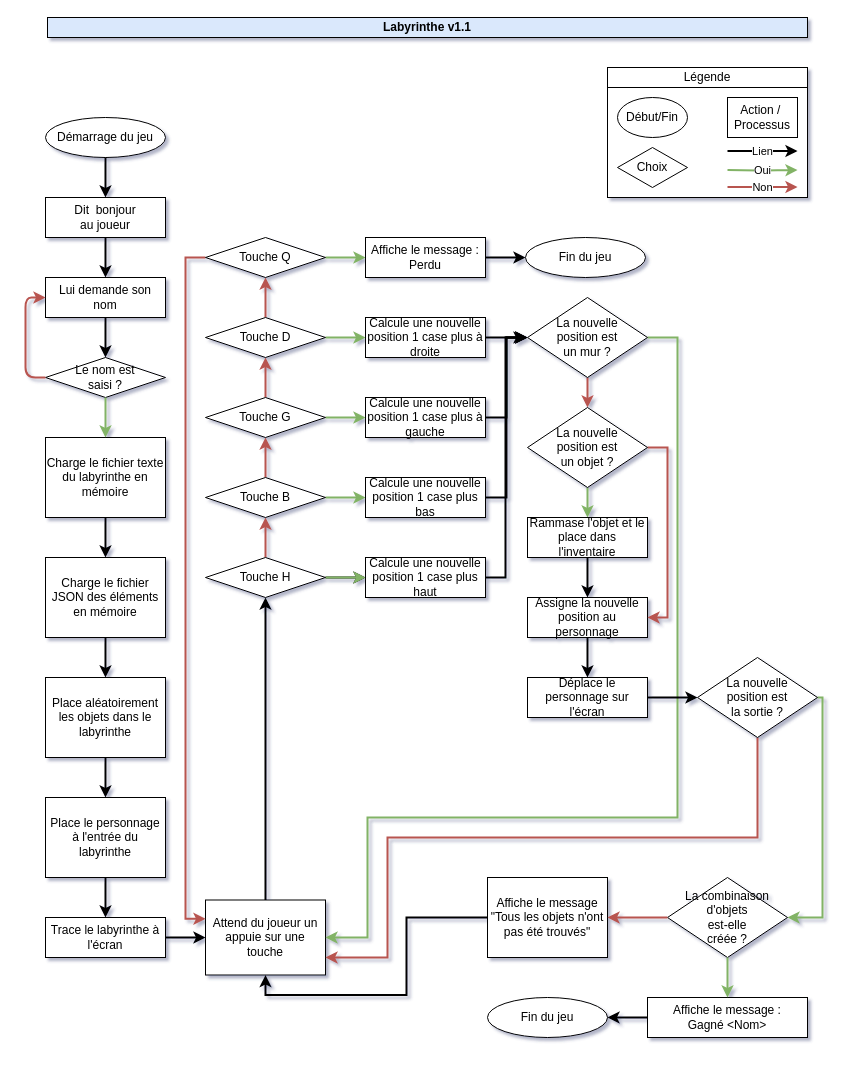
TheGoodBear/Python-4 keeps this draw.io diagram as Documents/Flow chart - Maze v1.1.drawio. Above is the earlier version. Source tidied: cells renumbered, new cells numbered last; positions are measured from the earlier drawing's top-left corner, leaving out a move shared by most shapes. Both pictures are drawn from the tidied source at 100%, with x=0, y=0 at pixel (25, 17).
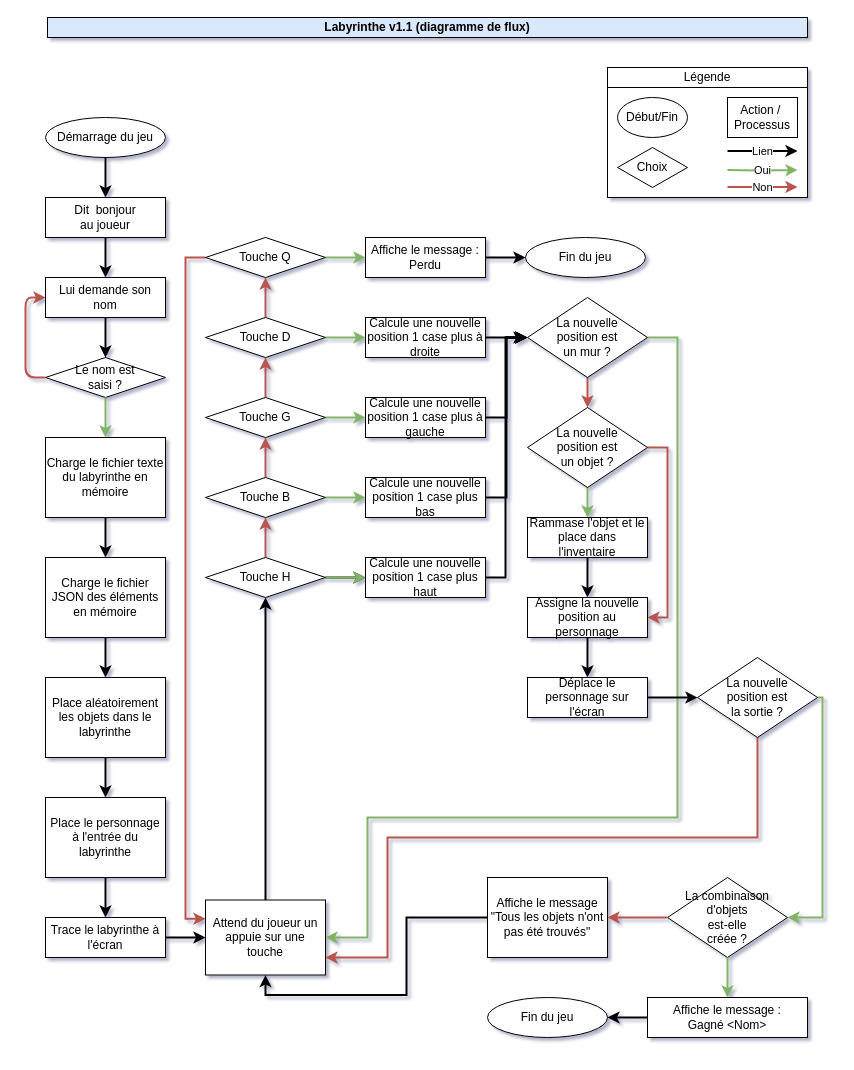
The same page after the edit.

What changed in the source:
```diff
@@
-    <mxCell id="60" value="Labyrinthe v1.1" style="text;html=1;strokeColor=#000000;fillColor=#dae8fc;align=center;verticalAlign=middle;whiteSpace=wrap;rounded=0;fontStyle=1;" parent="1" vertex="1">
+    <mxCell id="60" value="Labyrinthe v1.1 (diagramme de flux)" style="text;html=1;strokeColor=#000000;fillColor=#dae8fc;align=center;verticalAlign=middle;whiteSpace=wrap;rounded=0;fontStyle=1;" parent="1" vertex="1">
       <mxGeometry x="22" width="760" height="20" as="geometry" />
     </mxCell>
```
